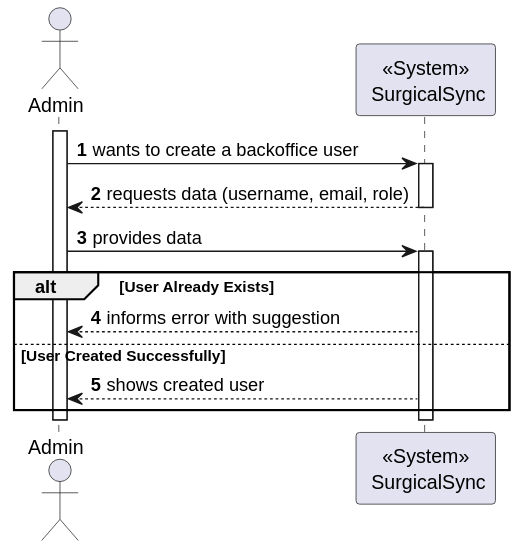
Before: docs/SprintA/1-register-backoffice-users/level1/process-view.svg, a diagram exported from PlantUML (MiguelCardoso77/SurgicalSync-BackEnd).
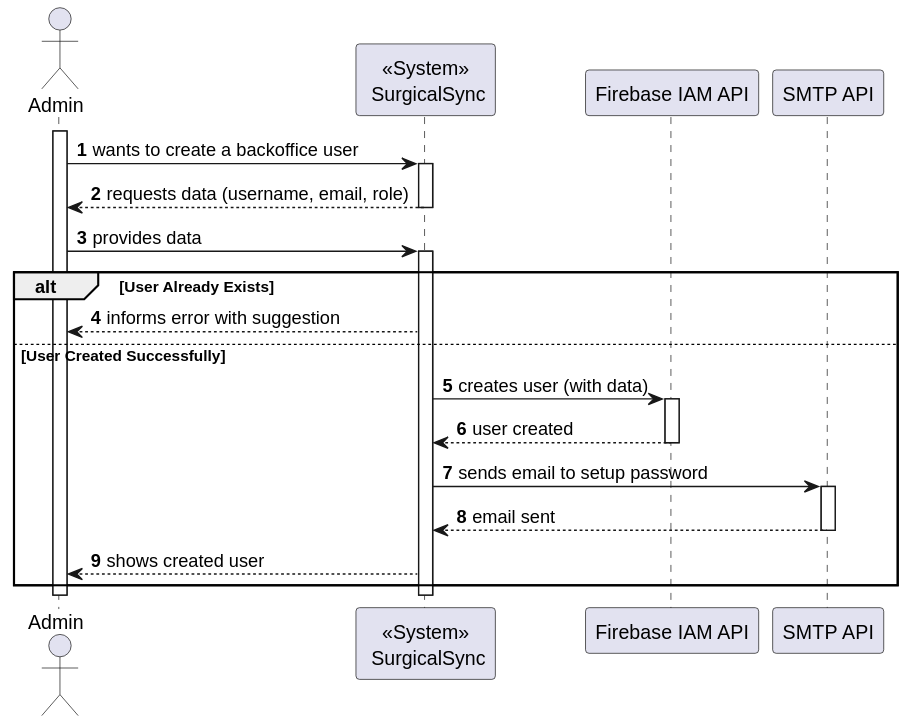
Later version of the same file.

What changed in the source:
```diff
@@ -3,6 +3,8 @@
 
 actor "Admin" as USER
 participant "<<System>>\n SurgicalSync" as SYSTEM
+participant "Firebase IAM API" as FIREBASE
+participant "SMTP API" as EMAIL
 
 activate USER
 
@@ -13,10 +15,22 @@
     deactivate SYSTEM
 
     USER -> SYSTEM : provides data
+
     activate SYSTEM
         alt User Already Exists
            USER <-- SYSTEM : informs error with suggestion
         else User Created Successfully
+            SYSTEM -> FIREBASE : creates user (with data)
+
+            activate FIREBASE
+                FIREBASE --> SYSTEM : user created
+            deactivate FIREBASE
+
+            SYSTEM -> EMAIL : sends email to setup password
+            activate EMAIL
+                EMAIL --> SYSTEM : email sent
+            deactivate EMAIL
+
            USER <-- SYSTEM : shows created user
         end
     deactivate SYSTEM
```
